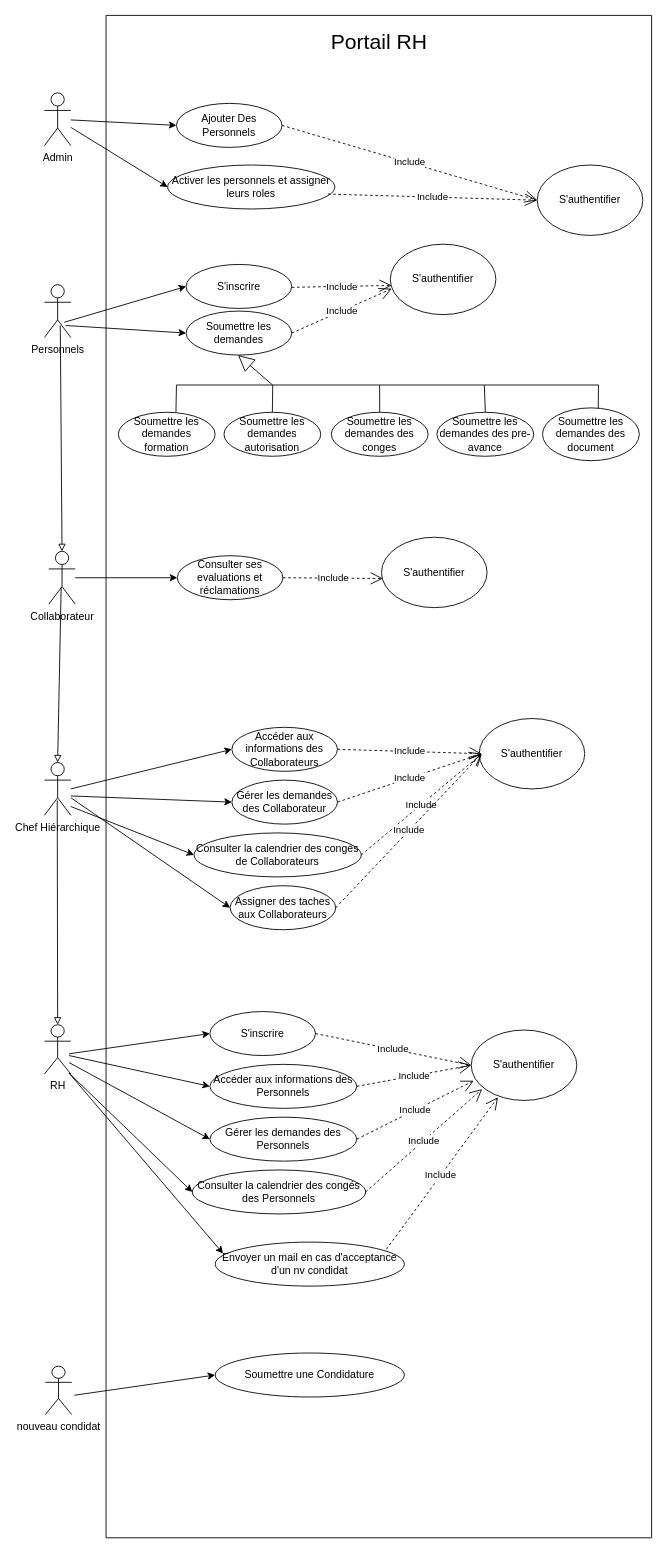
The draw.io diagram Diagramme_use_case.drawio in PORTAIL-RH/Portail-RH-Mobile, before the edit. Source tidied: cells renumbered, new cells numbered last; positions are measured from the earlier drawing's top-left corner, leaving out a move shared by most shapes. Both pictures are drawn from the tidied source at 88%, with x=0, y=0 at pixel (44, 15).
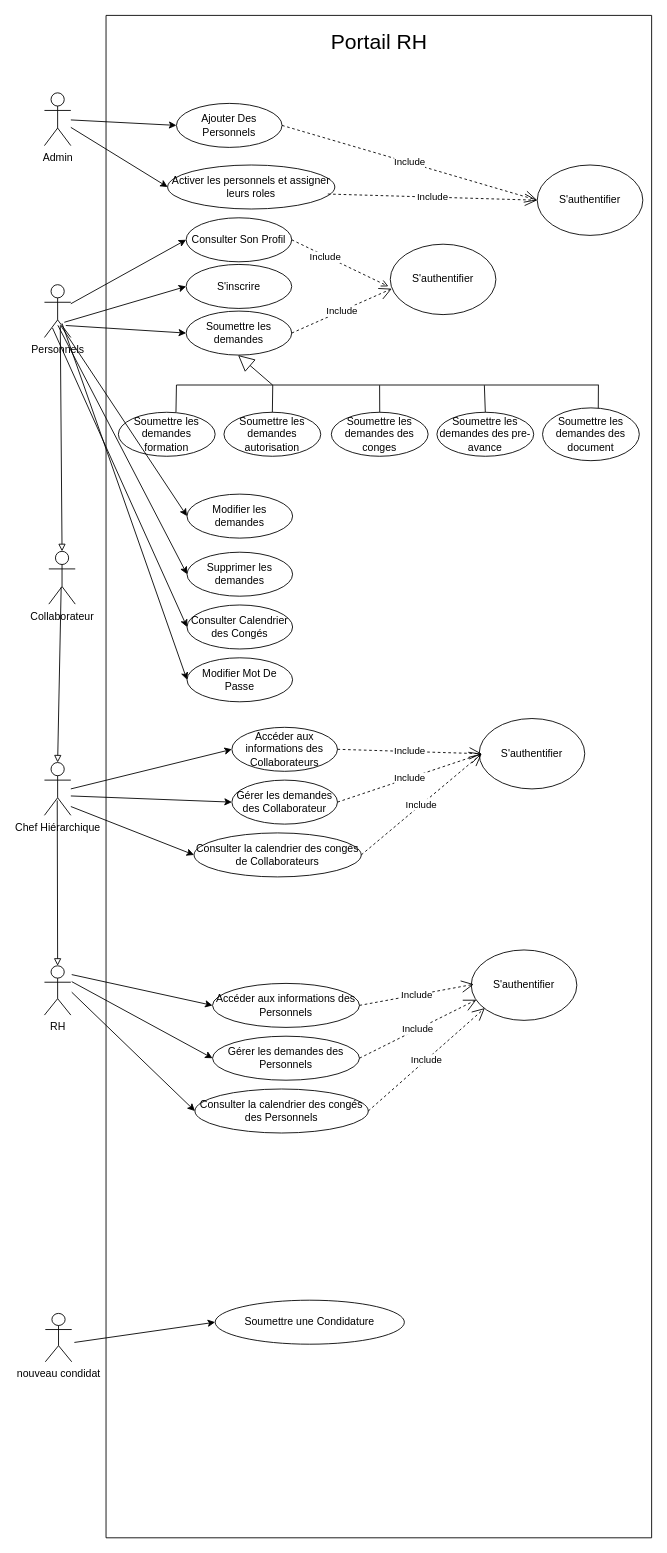
The same diagram, later.

Commit message:
Mettre à jour Diagramme_use_case.drawio

Unchanged cells that the change refers to:
```xml
<mxCell id="2" style="swimlane;startSize=0;" parent="1" vertex="1">
  <mxGeometry x="70" width="620" height="1730" as="geometry" />
</mxCell>
<mxCell id="59" value="S'authentifier" style="ellipse;whiteSpace=wrap;html=1;" parent="2" vertex="1">
  <mxGeometry x="323" y="260" width="120" height="80" as="geometry" />
</mxCell>
<mxCell id="63" value="Personnels" style="shape=umlActor;verticalLabelPosition=bottom;verticalAlign=top;html=1;" parent="1" vertex="1">
  <mxGeometry y="306" width="30" height="60" as="geometry" />
</mxCell>
<mxCell id="67" value="Collaborateur" style="shape=umlActor;verticalLabelPosition=bottom;verticalAlign=top;html=1;outlineConnect=0;" parent="1" vertex="1">
  <mxGeometry x="5" y="609" width="30" height="60" as="geometry" />
</mxCell>
```

The edit, as a diff of the source:
```diff
@@
-    <mxCell id="9" value="Assigner des taches aux Collaborateurs" style="ellipse;whiteSpace=wrap;html=1;" parent="2" vertex="1">
-      <mxGeometry x="141" y="989" width="120" height="50" as="geometry" />
-    </mxCell>
@@
-    <mxCell id="11" style="endArrow=classic;html=1;rounded=0;entryX=0;entryY=0.5;entryDx=0;entryDy=0;" parent="2" edge="1" target="9">
-      <mxGeometry relative="1" as="geometry">
-        <mxPoint x="-40" y="889" as="sourcePoint" />
-      </mxGeometry>
-    </mxCell>
@@
-    <mxCell id="16" value="Include" style="endArrow=open;endSize=12;dashed=1;html=1;rounded=0;exitX=1;exitY=0.5;exitDx=0;exitDy=0;entryX=0;entryY=0.5;entryDx=0;entryDy=0;" parent="2" edge="1" source="9">
-      <mxGeometry relative="1" as="geometry">
-        <mxPoint x="427" y="839" as="targetPoint" />
-      </mxGeometry>
-    </mxCell>
@@
-    <mxCell id="22" value="S'inscrire" style="ellipse;whiteSpace=wrap;html=1;" parent="2" vertex="1">
-      <mxGeometry x="118" y="1132" width="120" height="50" as="geometry" />
-    </mxCell>
     <mxCell id="23" value="Accéder aux informations des Personnels" style="ellipse;whiteSpace=wrap;html=1;" parent="2" vertex="1">
-      <mxGeometry x="118" y="1192" width="167" height="50" as="geometry" />
+      <mxGeometry x="121" y="1100" width="167" height="50" as="geometry" />
     </mxCell>
     <mxCell id="24" value="Gérer&amp;nbsp;les demandes des Personnels" style="ellipse;whiteSpace=wrap;html=1;" parent="2" vertex="1">
-      <mxGeometry x="118" y="1252" width="167" height="50" as="geometry" />
+      <mxGeometry x="121" y="1160" width="167" height="50" as="geometry" />
     </mxCell>
-    <mxCell id="25" style="endArrow=classic;html=1;rounded=0;entryX=0;entryY=0.5;entryDx=0;entryDy=0;" parent="2" edge="1" target="22">
-      <mxGeometry relative="1" as="geometry">
-        <mxPoint x="-42" y="1180" as="sourcePoint" />
-      </mxGeometry>
-    </mxCell>
     <mxCell id="26" style="endArrow=classic;html=1;rounded=0;entryX=0;entryY=0.5;entryDx=0;entryDy=0;" parent="2" edge="1" target="23">
       <mxGeometry relative="1" as="geometry">
-        <mxPoint x="-42" y="1182" as="sourcePoint" />
+        <mxPoint x="-39" y="1090" as="sourcePoint" />
       </mxGeometry>
     </mxCell>
     <mxCell id="27" style="endArrow=classic;html=1;rounded=0;entryX=0;entryY=0.5;entryDx=0;entryDy=0;" parent="2" edge="1" target="24">
       <mxGeometry relative="1" as="geometry">
-        <mxPoint x="-42" y="1190" as="sourcePoint" />
+        <mxPoint x="-39" y="1098" as="sourcePoint" />
       </mxGeometry>
     </mxCell>
     <mxCell id="28" value="Consulter la calendrier des congés des Personnels" style="ellipse;whiteSpace=wrap;html=1;" parent="2" vertex="1">
-      <mxGeometry x="98" y="1312" width="197" height="50" as="geometry" />
+      <mxGeometry x="101" y="1220" width="197" height="50" as="geometry" />
     </mxCell>
     <mxCell id="29" style="endArrow=classic;html=1;rounded=0;entryX=0;entryY=0.5;entryDx=0;entryDy=0;" parent="2" edge="1" target="28">
       <mxGeometry relative="1" as="geometry">
-        <mxPoint x="-42" y="1202" as="sourcePoint" />
+        <mxPoint x="-39" y="1110" as="sourcePoint" />
       </mxGeometry>
     </mxCell>
-    <mxCell id="30" style="endArrow=classic;html=1;rounded=0;entryX=0;entryY=0.5;entryDx=0;entryDy=0;" parent="2" edge="1">
-      <mxGeometry relative="1" as="geometry">
-        <mxPoint x="-42" y="1202" as="sourcePoint" />
-        <mxPoint x="133" y="1407" as="targetPoint" />
-      </mxGeometry>
-    </mxCell>
     <mxCell id="31" value="S'authentifier" style="ellipse;whiteSpace=wrap;html=1;" parent="2" vertex="1">
-      <mxGeometry x="415" y="1153" width="120" height="80" as="geometry" />
+      <mxGeometry x="415" y="1062" width="120" height="80" as="geometry" />
     </mxCell>
-    <mxCell id="32" value="Include" style="endArrow=open;endSize=12;dashed=1;html=1;rounded=0;exitX=1;exitY=0.5;exitDx=0;exitDy=0;entryX=0;entryY=0.5;entryDx=0;entryDy=0;" parent="2" edge="1" source="22" target="31">
-      <mxGeometry relative="1" as="geometry" />
-    </mxCell>
-    <mxCell id="33" value="Include" style="endArrow=open;endSize=12;dashed=1;html=1;rounded=0;exitX=1;exitY=0.5;exitDx=0;exitDy=0;entryX=0;entryY=0.5;entryDx=0;entryDy=0;" parent="2" edge="1" source="23" target="31">
-      <mxGeometry relative="1" as="geometry" />
+    <mxCell id="33" value="Include" style="endArrow=open;endSize=12;dashed=1;html=1;rounded=0;exitX=1;exitY=0.5;exitDx=0;exitDy=0;entryX=0;entryY=0.5;entryDx=0;entryDy=0;" parent="2" edge="1" source="23">
+      <mxGeometry relative="1" as="geometry">
+        <mxPoint x="418" y="1101" as="targetPoint" />
+      </mxGeometry>
     </mxCell>
-    <mxCell id="34" value="Include" style="endArrow=open;endSize=12;dashed=1;html=1;rounded=0;exitX=1;exitY=0.5;exitDx=0;exitDy=0;entryX=0.024;entryY=0.72;entryDx=0;entryDy=0;entryPerimeter=0;" parent="2" edge="1" source="24" target="31">
-      <mxGeometry relative="1" as="geometry" />
+    <mxCell id="34" value="Include" style="endArrow=open;endSize=12;dashed=1;html=1;rounded=0;exitX=1;exitY=0.5;exitDx=0;exitDy=0;entryX=0.024;entryY=0.72;entryDx=0;entryDy=0;entryPerimeter=0;" parent="2" edge="1" source="24">
+      <mxGeometry relative="1" as="geometry">
+        <mxPoint x="420.9" y="1118.6" as="targetPoint" />
+      </mxGeometry>
     </mxCell>
-    <mxCell id="35" value="Include" style="endArrow=open;endSize=12;dashed=1;html=1;rounded=0;exitX=1;exitY=0.5;exitDx=0;exitDy=0;entryX=0.103;entryY=0.839;entryDx=0;entryDy=0;entryPerimeter=0;" parent="2" edge="1" source="28" target="31">
-      <mxGeometry relative="1" as="geometry" />
+    <mxCell id="35" value="Include" style="endArrow=open;endSize=12;dashed=1;html=1;rounded=0;exitX=1;exitY=0.5;exitDx=0;exitDy=0;entryX=0.103;entryY=0.839;entryDx=0;entryDy=0;entryPerimeter=0;" parent="2" edge="1" source="28">
+      <mxGeometry relative="1" as="geometry">
+        <mxPoint x="430.4" y="1128.1" as="targetPoint" />
+      </mxGeometry>
     </mxCell>
-    <mxCell id="36" value="RH" style="shape=umlActor;verticalLabelPosition=bottom;verticalAlign=top;html=1;" parent="2" vertex="1">
-      <mxGeometry x="-70" y="1147" width="30" height="56" as="geometry" />
-    </mxCell>
-    <mxCell id="37" value="Include" style="endArrow=open;endSize=12;dashed=1;html=1;rounded=0;exitX=1;exitY=0.5;exitDx=0;exitDy=0;entryX=0.253;entryY=0.954;entryDx=0;entryDy=0;entryPerimeter=0;" parent="2" edge="1" target="31">
-      <mxGeometry relative="1" as="geometry">
-        <mxPoint x="315" y="1407" as="sourcePoint" />
-      </mxGeometry>
-    </mxCell>
-    <mxCell id="38" value="Soumettre une Condidature" style="ellipse;whiteSpace=wrap;html=1;" parent="2" vertex="1">
-      <mxGeometry x="124" y="1520" width="215" height="50" as="geometry" />
-    </mxCell>
-    <mxCell id="39" value="Envoyer un mail en cas d'acceptance d'un nv condidat" style="ellipse;whiteSpace=wrap;html=1;" parent="2" vertex="1">
-      <mxGeometry x="124" y="1394" width="215" height="50" as="geometry" />
-    </mxCell>
-    <mxCell id="40" style="endArrow=classic;html=1;rounded=0;entryX=0;entryY=0.5;entryDx=0;entryDy=0;" parent="2" edge="1" target="38">
-      <mxGeometry relative="1" as="geometry">
-        <mxPoint x="-36" y="1568" as="sourcePoint" />
-      </mxGeometry>
-    </mxCell>
-    <mxCell id="41" value="nouveau condidat" style="shape=umlActor;verticalLabelPosition=bottom;verticalAlign=top;html=1;" parent="2" vertex="1">
-      <mxGeometry x="-69" y="1535" width="30" height="55" as="geometry" />
-    </mxCell>
-    <mxCell id="42" value="Consulter ses evaluations et réclamations" style="ellipse;whiteSpace=wrap;html=1;" parent="2" vertex="1">
-      <mxGeometry x="81" y="614" width="120" height="50" as="geometry" />
-    </mxCell>
-    <mxCell id="43" value="S'authentifier" style="ellipse;whiteSpace=wrap;html=1;" parent="2" vertex="1">
-      <mxGeometry x="313" y="593" width="120" height="80" as="geometry" />
-    </mxCell>
-    <mxCell id="44" value="Include" style="endArrow=open;endSize=12;dashed=1;html=1;rounded=0;exitX=1;exitY=0.5;exitDx=0;exitDy=0;entryX=0.014;entryY=0.586;entryDx=0;entryDy=0;entryPerimeter=0;" parent="2" edge="1" source="42" target="43">
-      <mxGeometry relative="1" as="geometry" />
-    </mxCell>
@@
-    <mxCell id="60" value="Include" style="endArrow=open;endSize=12;dashed=1;html=1;rounded=0;exitX=1;exitY=0.5;exitDx=0;exitDy=0;entryX=0.014;entryY=0.586;entryDx=0;entryDy=0;entryPerimeter=0;" parent="2" edge="1" target="59">
-      <mxGeometry relative="1" as="geometry">
-        <mxPoint x="211" y="309" as="sourcePoint" />
-      </mxGeometry>
-    </mxCell>
@@
+    <mxCell id="74" value="Consulter Son Profil" style="ellipse;whiteSpace=wrap;html=1;" parent="2" vertex="1">
+      <mxGeometry x="91" y="230" width="120" height="50" as="geometry" />
+    </mxCell>
+    <mxCell id="75" style="endArrow=open;dashed=1;html=1;rounded=0;entryX=-0.018;entryY=0.599;entryDx=0;entryDy=0;entryPerimeter=0;exitX=1;exitY=0.5;exitDx=0;exitDy=0;endFill=0;" parent="2" edge="1" source="74" target="59">
+      <mxGeometry relative="1" as="geometry" />
+    </mxCell>
+    <mxCell id="76" value="Include" style="edgeLabel;html=1;align=center;verticalAlign=middle;" parent="75" vertex="1">
+      <mxGeometry x="-0.3" y="-1" relative="1" as="geometry">
+        <mxPoint x="-1" as="offset" />
+      </mxGeometry>
+    </mxCell>
+    <mxCell id="77" value="Supprimer les demandes" style="ellipse;whiteSpace=wrap;html=1;" parent="2" vertex="1">
+      <mxGeometry x="92" y="610" width="120" height="50" as="geometry" />
+    </mxCell>
+    <mxCell id="78" value="Modifier les demandes" style="ellipse;whiteSpace=wrap;html=1;" parent="2" vertex="1">
+      <mxGeometry x="92" y="544" width="120" height="50" as="geometry" />
+    </mxCell>
+    <mxCell id="79" value="Consulter Calendrier des Congés" style="ellipse;whiteSpace=wrap;html=1;" parent="2" vertex="1">
+      <mxGeometry x="92" y="670" width="120" height="50" as="geometry" />
+    </mxCell>
+    <mxCell id="80" value="Modifier Mot De Passe" style="ellipse;whiteSpace=wrap;html=1;" parent="2" vertex="1">
+      <mxGeometry x="92" y="730" width="120" height="50" as="geometry" />
+    </mxCell>
@@
-    <mxCell id="68" style="endArrow=classic;html=1;rounded=0;entryX=0;entryY=0.5;entryDx=0;entryDy=0;" parent="1" edge="1" source="67" target="42">
-      <mxGeometry relative="1" as="geometry" />
-    </mxCell>
@@
+    <mxCell id="81" style="endArrow=classic;html=1;rounded=0;entryX=0;entryY=0.5;entryDx=0;entryDy=0;" parent="1" edge="1" source="63" target="74">
+      <mxGeometry relative="1" as="geometry" />
+    </mxCell>
+    <mxCell id="82" style="endArrow=classic;html=1;rounded=0;exitX=0.61;exitY=0.769;exitDx=0;exitDy=0;exitPerimeter=0;entryX=0;entryY=0.5;entryDx=0;entryDy=0;" parent="1" edge="1" source="63" target="78">
+      <mxGeometry relative="1" as="geometry" />
+    </mxCell>
+    <mxCell id="83" style="endArrow=classic;html=1;rounded=0;exitX=0.508;exitY=0.769;exitDx=0;exitDy=0;exitPerimeter=0;entryX=0;entryY=0.5;entryDx=0;entryDy=0;" parent="1" edge="1" source="63" target="77">
+      <mxGeometry relative="1" as="geometry" />
+    </mxCell>
+    <mxCell id="84" style="endArrow=classic;html=1;rounded=0;exitX=0.305;exitY=0.82;exitDx=0;exitDy=0;exitPerimeter=0;entryX=0;entryY=0.5;entryDx=0;entryDy=0;" parent="1" edge="1" source="63" target="79">
+      <mxGeometry relative="1" as="geometry" />
+    </mxCell>
+    <mxCell id="85" style="endArrow=classic;html=1;rounded=0;entryX=0;entryY=0.5;entryDx=0;entryDy=0;" parent="1" edge="1" target="80">
+      <mxGeometry relative="1" as="geometry">
+        <mxPoint x="20" y="350" as="sourcePoint" />
+      </mxGeometry>
+    </mxCell>
+    <mxCell id="36" value="RH" style="shape=umlActor;verticalLabelPosition=bottom;verticalAlign=top;html=1;" parent="1" vertex="1">
+      <mxGeometry y="1080" width="30" height="56" as="geometry" />
+    </mxCell>
+    <mxCell id="38" value="Soumettre une Condidature" style="ellipse;whiteSpace=wrap;html=1;" parent="1" vertex="1">
+      <mxGeometry x="194" y="1460" width="215" height="50" as="geometry" />
+    </mxCell>
+    <mxCell id="40" style="endArrow=classic;html=1;rounded=0;entryX=0;entryY=0.5;entryDx=0;entryDy=0;" parent="1" edge="1" target="38">
+      <mxGeometry relative="1" as="geometry">
+        <mxPoint x="34" y="1508" as="sourcePoint" />
+      </mxGeometry>
+    </mxCell>
+    <mxCell id="41" value="nouveau condidat" style="shape=umlActor;verticalLabelPosition=bottom;verticalAlign=top;html=1;" parent="1" vertex="1">
+      <mxGeometry x="1" y="1475" width="30" height="55" as="geometry" />
+    </mxCell>
```
